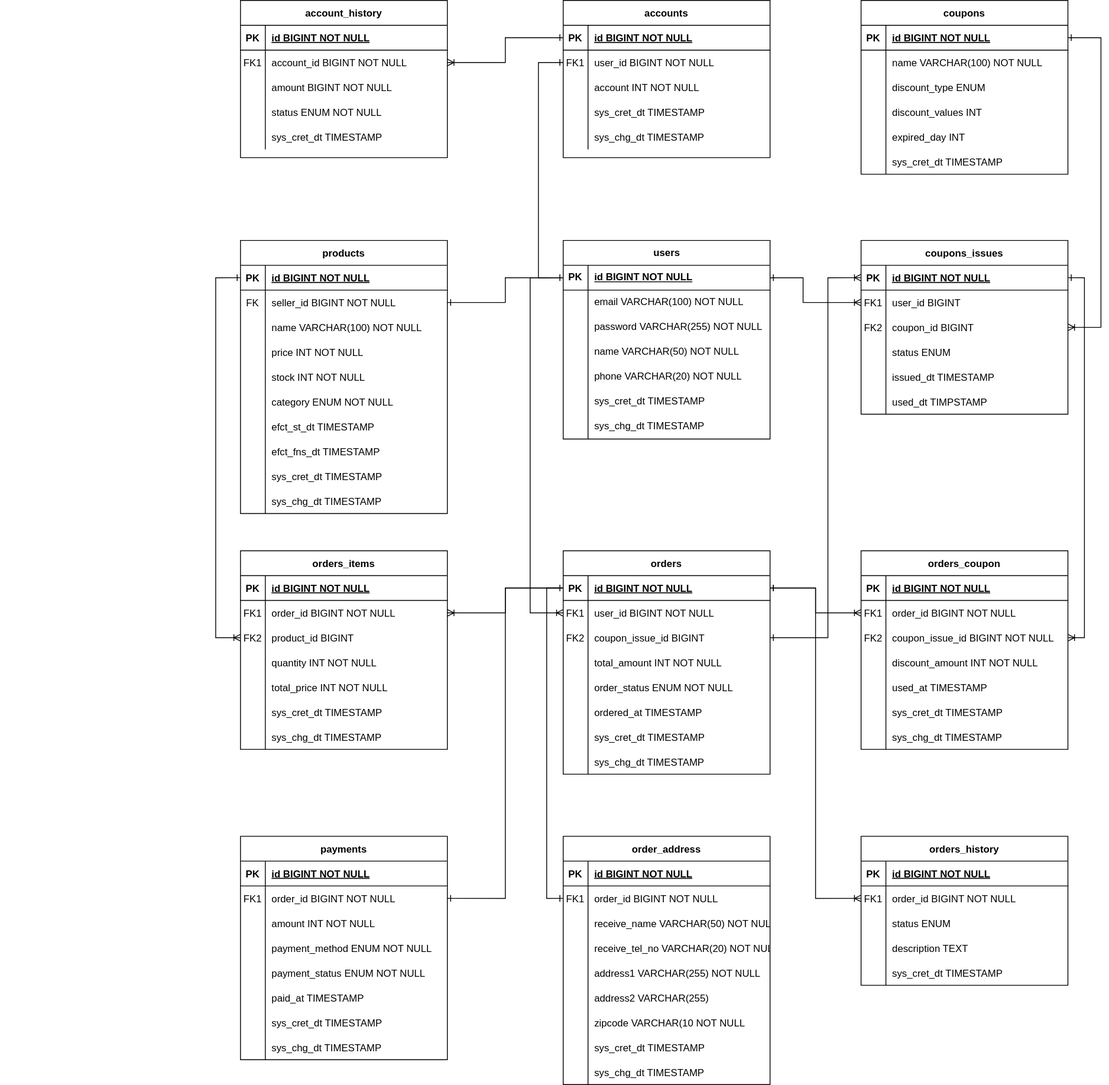
Before: hhplus-server-java/docs/ERD/camping-ecommerce-erd.drawio.svg, a diagram exported from draw.io (teddy924/hhPlusRepo). Source tidied: cells renumbered, new cells last; positions are measured from the earlier drawing's top-left corner, leaving out a move shared by most shapes.
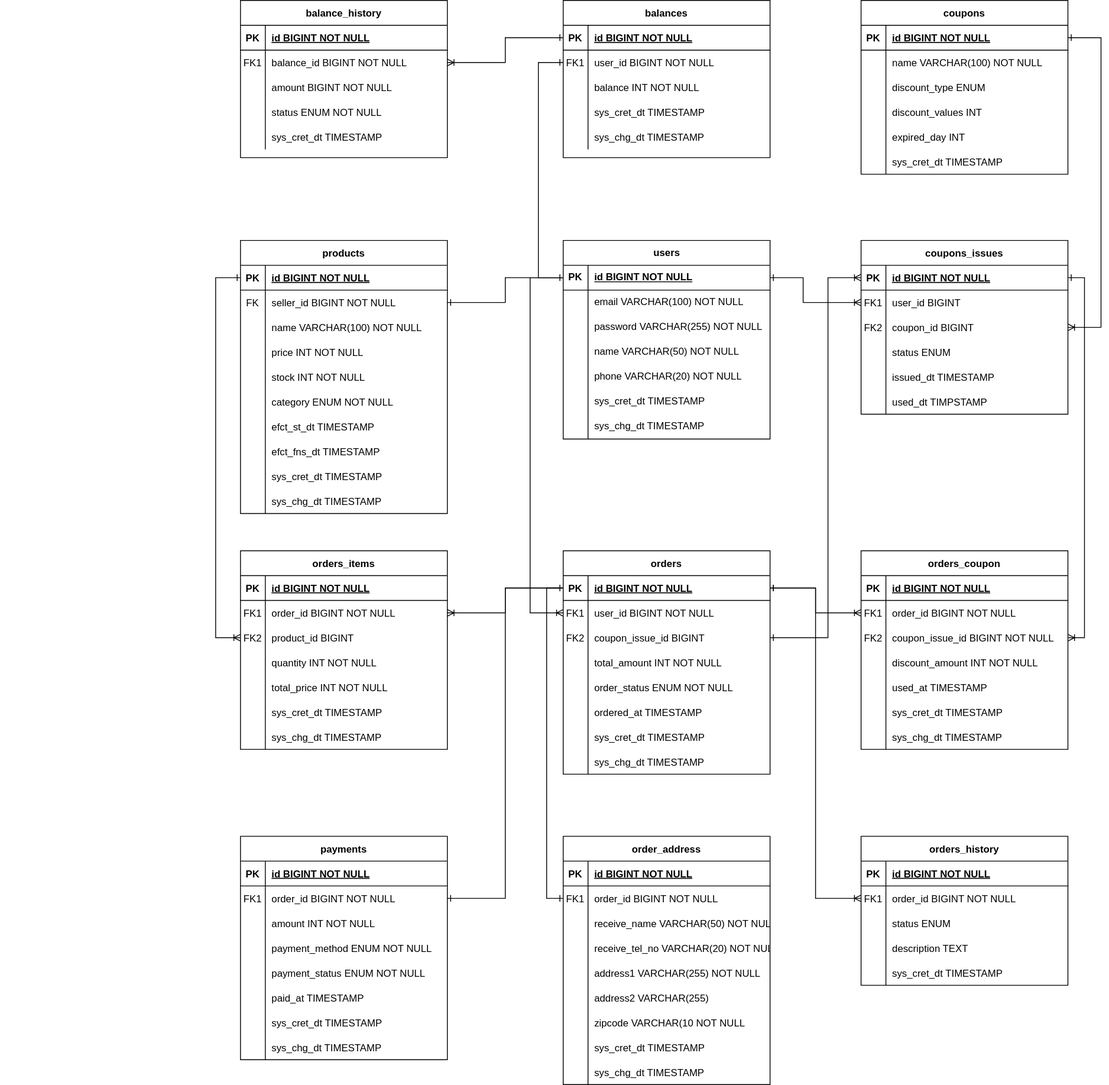
The same file after the commit.

Commit message:
서버구축 - 요구사항 분석 및 설계 - ERD - 테이블 변경

Diff of the diagram source:
```diff
@@ -2,7 +2,7 @@
   <root>
     <mxCell id="0" />
     <mxCell id="1" parent="0" />
-    <mxCell id="2" value="accounts" style="shape=table;startSize=30;rowLines=0;fontStyle=1;align=center;" parent="1" vertex="1">
+    <mxCell id="2" value="balances" style="shape=table;startSize=30;rowLines=0;fontStyle=1;align=center;" parent="1" vertex="1">
       <mxGeometry x="680" width="250" height="190" as="geometry" />
     </mxCell>
     <mxCell id="3" style="shape=partialRectangle;fillColor=none;points=[[0,0.5],[1,0.5]];portConstraint=eastwest;top=0;left=0;right=0;bottom=1;" parent="2" vertex="1">
@@ -29,7 +29,7 @@
     <mxCell id="10" style="shape=partialRectangle;overflow=hidden;fillColor=none;top=0;left=0;bottom=0;right=0;" parent="9" vertex="1">
       <mxGeometry width="30" height="30" as="geometry" />
     </mxCell>
-    <mxCell id="11" value="account INT NOT NULL" style="shape=partialRectangle;overflow=hidden;fillColor=none;top=0;left=0;bottom=0;right=0;align=left;spacingLeft=6;" parent="9" vertex="1">
+    <mxCell id="11" value="balance INT NOT NULL" style="shape=partialRectangle;overflow=hidden;fillColor=none;top=0;left=0;bottom=0;right=0;align=left;spacingLeft=6;" parent="9" vertex="1">
       <mxGeometry x="30" width="220" height="30" as="geometry" />
     </mxCell>
     <mxCell id="12" style="shape=partialRectangle;fillColor=none;top=0;left=0;right=0;bottom=0;" parent="2" vertex="1">
@@ -50,7 +50,7 @@
     <mxCell id="17" value="sys_chg_dt TIMESTAMP" style="shape=partialRectangle;overflow=hidden;fillColor=none;top=0;left=0;bottom=0;right=0;align=left;spacingLeft=6;" parent="15" vertex="1">
       <mxGeometry x="30" width="220" height="30" as="geometry" />
     </mxCell>
-    <mxCell id="18" value="account_history" style="shape=table;startSize=30;rowLines=0;fontStyle=1;align=center;" parent="1" vertex="1">
+    <mxCell id="18" value="balance_history" style="shape=table;startSize=30;rowLines=0;fontStyle=1;align=center;" parent="1" vertex="1">
       <mxGeometry x="290" width="250" height="190" as="geometry" />
     </mxCell>
     <mxCell id="19" style="shape=partialRectangle;fillColor=none;top=0;left=0;right=0;bottom=1;" parent="18" vertex="1">
@@ -68,7 +68,7 @@
     <mxCell id="23" value="FK1" style="shape=partialRectangle;overflow=hidden;fillColor=none;top=0;left=0;bottom=0;right=0;" parent="22" vertex="1">
       <mxGeometry width="30" height="30" as="geometry" />
     </mxCell>
-    <mxCell id="24" value="account_id BIGINT NOT NULL" style="shape=partialRectangle;overflow=hidden;fillColor=none;top=0;left=0;bottom=0;right=0;align=left;spacingLeft=6;" parent="22" vertex="1">
+    <mxCell id="24" value="balance_id BIGINT NOT NULL" style="shape=partialRectangle;overflow=hidden;fillColor=none;top=0;left=0;bottom=0;right=0;align=left;spacingLeft=6;" parent="22" vertex="1">
       <mxGeometry x="30" width="220" height="30" as="geometry" />
     </mxCell>
     <mxCell id="25" style="shape=partialRectangle;fillColor=none;top=0;left=0;right=0;bottom=0;" parent="18" vertex="1">
```
